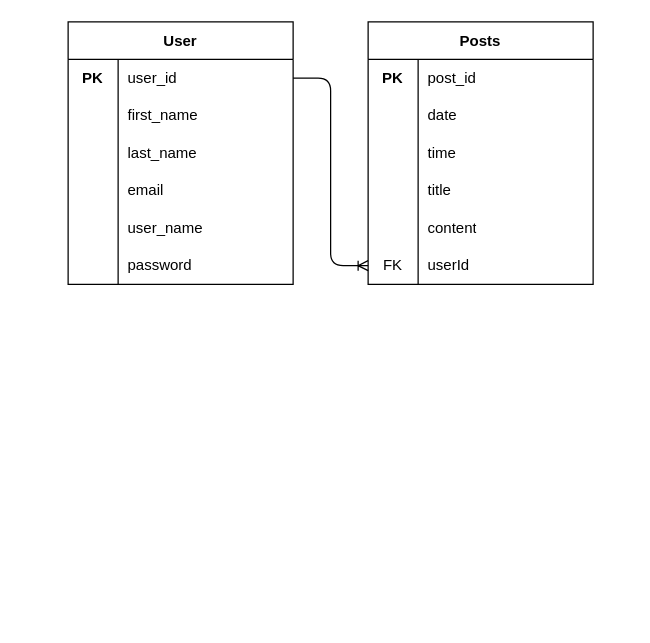
Before: erd.dio in haileyraehughes89/blog-post-website, a draw.io diagram. Source tidied: cells renumbered, new cells numbered last; positions are measured from the earlier drawing's top-left corner, leaving out a move shared by most shapes. Both pictures are drawn from the tidied source at 125%, with x=0, y=0 at pixel (68, 21).
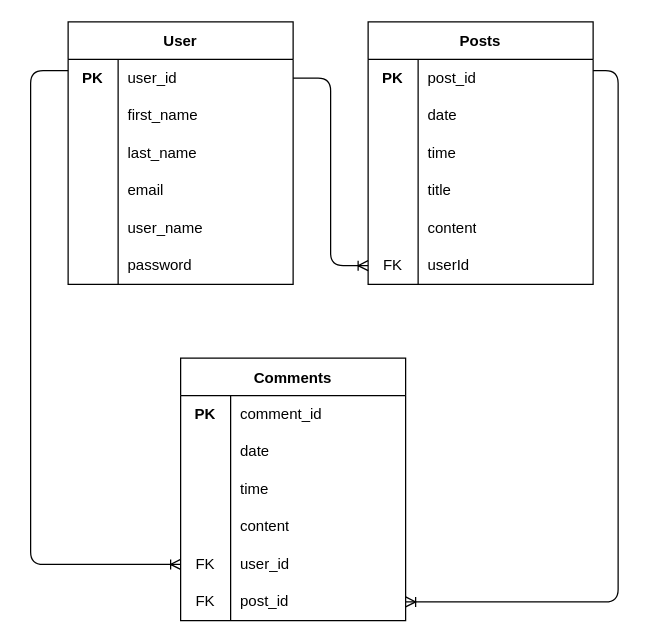
The same diagram, later.

Commit message (it also covers changes not shown here):
removal of comment files, addition of Dockerfile

The edit, as a diff of the source:
```diff
@@
+    <mxCell id="41" value="Comments" style="shape=table;startSize=30;childLayout=tableLayout;rowLines=0;fontStyle=1;" parent="1" vertex="1">
+      <mxGeometry x="90" y="269" width="180" height="210" as="geometry" />
+    </mxCell>
+    <mxCell id="42" style="shape=tableRow;horizontal=0;startSize=0;swimlaneHead=0;swimlaneBody=0;top=0;left=0;bottom=0;right=0;fillColor=none;" parent="41" vertex="1">
+      <mxGeometry y="30" width="180" height="30" as="geometry" />
+    </mxCell>
+    <mxCell id="43" value="&lt;b&gt;PK&lt;/b&gt;" style="shape=partialRectangle;html=1;whiteSpace=wrap;fillColor=none;top=0;left=0;bottom=0;right=0;overflow=hidden;" parent="42" vertex="1">
+      <mxGeometry width="40" height="30" as="geometry" />
+    </mxCell>
+    <mxCell id="44" value="comment_id" style="shape=partialRectangle;html=1;whiteSpace=wrap;fillColor=none;top=0;left=0;bottom=0;right=0;align=left;spacingLeft=6;overflow=hidden;" parent="42" vertex="1">
+      <mxGeometry x="40" width="140" height="30" as="geometry" />
+    </mxCell>
+    <mxCell id="45" style="shape=tableRow;horizontal=0;startSize=0;swimlaneHead=0;swimlaneBody=0;top=0;left=0;bottom=0;right=0;fillColor=none;" parent="41" vertex="1">
+      <mxGeometry y="60" width="180" height="30" as="geometry" />
+    </mxCell>
+    <mxCell id="46" style="shape=partialRectangle;html=1;whiteSpace=wrap;fillColor=none;top=0;left=0;bottom=0;right=0;overflow=hidden;" parent="45" vertex="1">
+      <mxGeometry width="40" height="30" as="geometry" />
+    </mxCell>
+    <mxCell id="47" value="date" style="shape=partialRectangle;html=1;whiteSpace=wrap;fillColor=none;top=0;left=0;bottom=0;right=0;align=left;spacingLeft=6;overflow=hidden;" parent="45" vertex="1">
+      <mxGeometry x="40" width="140" height="30" as="geometry" />
+    </mxCell>
+    <mxCell id="48" style="shape=tableRow;horizontal=0;startSize=0;swimlaneHead=0;swimlaneBody=0;top=0;left=0;bottom=0;right=0;fillColor=none;" parent="41" vertex="1">
+      <mxGeometry y="90" width="180" height="30" as="geometry" />
+    </mxCell>
+    <mxCell id="49" style="shape=partialRectangle;html=1;whiteSpace=wrap;fillColor=none;top=0;left=0;bottom=0;right=0;overflow=hidden;" parent="48" vertex="1">
+      <mxGeometry width="40" height="30" as="geometry" />
+    </mxCell>
+    <mxCell id="50" value="time" style="shape=partialRectangle;html=1;whiteSpace=wrap;fillColor=none;top=0;left=0;bottom=0;right=0;align=left;spacingLeft=6;overflow=hidden;" parent="48" vertex="1">
+      <mxGeometry x="40" width="140" height="30" as="geometry" />
+    </mxCell>
+    <mxCell id="51" style="shape=tableRow;horizontal=0;startSize=0;swimlaneHead=0;swimlaneBody=0;top=0;left=0;bottom=0;right=0;fillColor=none;" parent="41" vertex="1">
+      <mxGeometry y="120" width="180" height="30" as="geometry" />
+    </mxCell>
+    <mxCell id="52" style="shape=partialRectangle;html=1;whiteSpace=wrap;fillColor=none;top=0;left=0;bottom=0;right=0;overflow=hidden;" parent="51" vertex="1">
+      <mxGeometry width="40" height="30" as="geometry" />
+    </mxCell>
+    <mxCell id="53" value="content" style="shape=partialRectangle;html=1;whiteSpace=wrap;fillColor=none;top=0;left=0;bottom=0;right=0;align=left;spacingLeft=6;overflow=hidden;" parent="51" vertex="1">
+      <mxGeometry x="40" width="140" height="30" as="geometry" />
+    </mxCell>
+    <mxCell id="54" style="shape=tableRow;horizontal=0;startSize=0;swimlaneHead=0;swimlaneBody=0;top=0;left=0;bottom=0;right=0;fillColor=none;points=[[0,0.5],[1,0.5]];portConstraint=eastwest;" parent="41" vertex="1">
+      <mxGeometry y="150" width="180" height="30" as="geometry" />
+    </mxCell>
+    <mxCell id="55" value="FK" style="shape=partialRectangle;html=1;whiteSpace=wrap;fillColor=none;top=0;left=0;bottom=0;right=0;overflow=hidden;" parent="54" vertex="1">
+      <mxGeometry width="40" height="30" as="geometry" />
+    </mxCell>
+    <mxCell id="56" value="user_id" style="shape=partialRectangle;html=1;whiteSpace=wrap;fillColor=none;top=0;left=0;bottom=0;right=0;align=left;spacingLeft=6;overflow=hidden;" parent="54" vertex="1">
+      <mxGeometry x="40" width="140" height="30" as="geometry" />
+    </mxCell>
+    <mxCell id="57" style="shape=tableRow;horizontal=0;startSize=0;swimlaneHead=0;swimlaneBody=0;top=0;left=0;bottom=0;right=0;fillColor=none;points=[[0,0.5],[1,0.5]];portConstraint=eastwest;" parent="41" vertex="1">
+      <mxGeometry y="180" width="180" height="30" as="geometry" />
+    </mxCell>
+    <mxCell id="58" value="FK" style="shape=partialRectangle;html=1;whiteSpace=wrap;fillColor=none;top=0;left=0;bottom=0;right=0;overflow=hidden;" parent="57" vertex="1">
+      <mxGeometry width="40" height="30" as="geometry" />
+    </mxCell>
+    <mxCell id="59" value="post_id" style="shape=partialRectangle;html=1;whiteSpace=wrap;fillColor=none;top=0;left=0;bottom=0;right=0;align=left;spacingLeft=6;overflow=hidden;" parent="57" vertex="1">
+      <mxGeometry x="40" width="140" height="30" as="geometry" />
+    </mxCell>
+    <mxCell id="60" style="edgeStyle=elbowEdgeStyle;fontSize=12;html=1;endArrow=ERoneToMany;exitX=1;exitY=0.5;exitDx=0;exitDy=0;entryX=0;entryY=0.5;entryDx=0;entryDy=0;" parent="1" edge="1" target="54">
+      <mxGeometry relative="1" as="geometry">
+        <mxPoint y="39" as="sourcePoint" />
+        <Array as="points">
+          <mxPoint x="-30" y="239" />
+        </Array>
+      </mxGeometry>
+    </mxCell>
+    <mxCell id="61" style="edgeStyle=elbowEdgeStyle;fontSize=12;html=1;endArrow=ERoneToMany;exitX=1;exitY=0.5;exitDx=0;exitDy=0;entryX=1;entryY=0.5;entryDx=0;entryDy=0;" parent="1" edge="1" target="57">
+      <mxGeometry relative="1" as="geometry">
+        <mxPoint x="420" y="39" as="sourcePoint" />
+        <Array as="points">
+          <mxPoint x="440" y="249" />
+        </Array>
+      </mxGeometry>
+    </mxCell>
```
